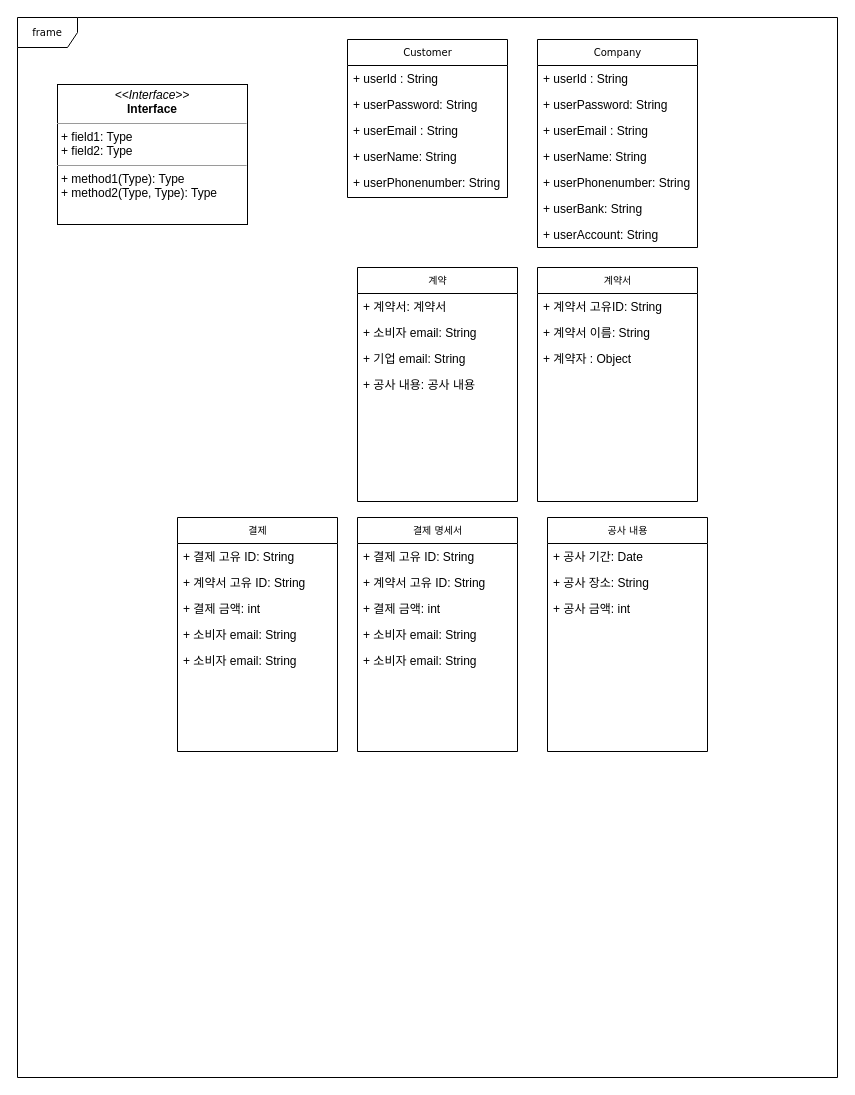
Earlier version of the draw.io diagram Untitled Diagram.drawio (SeokYoung0/spacecontract). Source tidied: cells renumbered, new cells numbered last; positions are measured from the earlier drawing's top-left corner, leaving out a move shared by most shapes. Both pictures are drawn from the tidied source at 100%, with x=0, y=0 at pixel (17, 17).
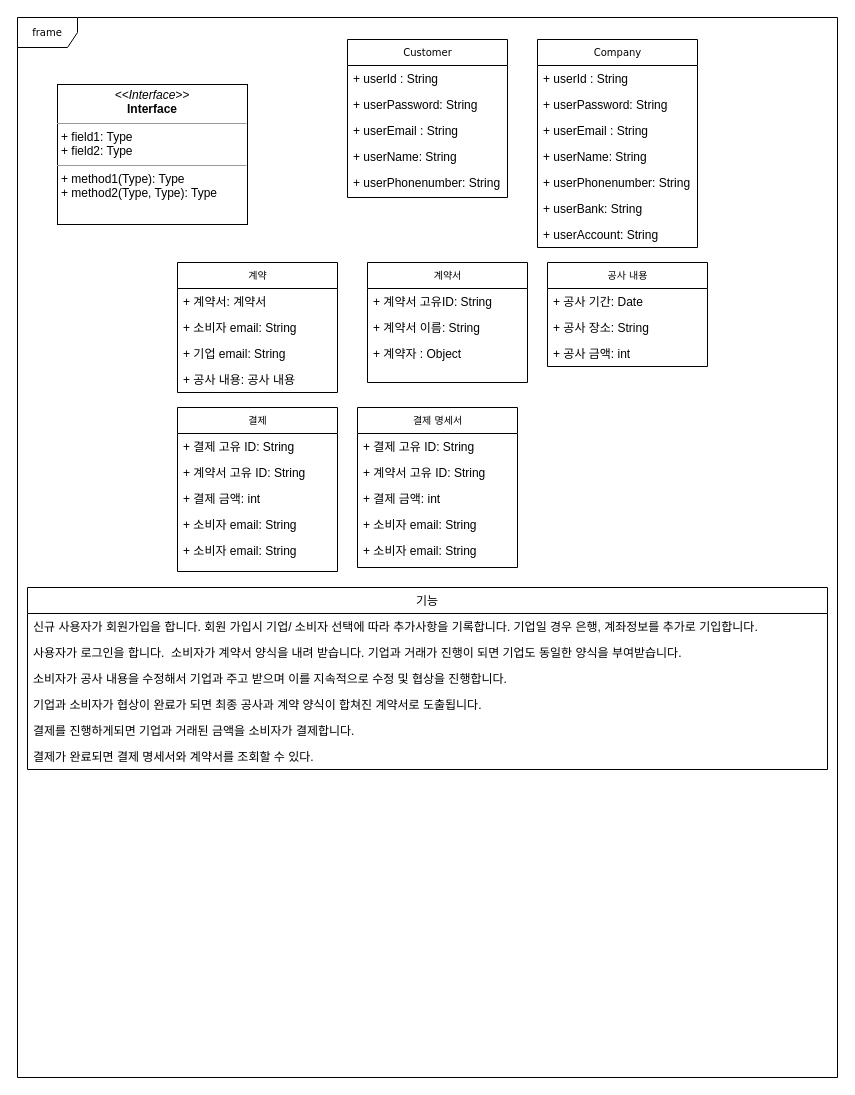
After the change.

Commit message (it also covers changes not shown here):
Space Contract Diagram.drawio

The edit, as a diff of the source:
```diff
@@
     <mxCell id="9" value="계약서" style="swimlane;html=1;fontStyle=0;horizontal=1;startSize=26;fillColor=none;swimlaneFillColor=#ffffff;rounded=0;shadow=0;comic=0;labelBackgroundColor=none;strokeWidth=1;fontFamily=Verdana;fontSize=10;align=center;" parent="1" vertex="1">
-      <mxGeometry x="520" y="250" width="160" height="234" as="geometry" />
+      <mxGeometry x="350" y="245" width="160" height="120" as="geometry" />
     </mxCell>
@@
     <mxCell id="22" value="계약" style="swimlane;html=1;fontStyle=0;horizontal=1;startSize=26;fillColor=none;swimlaneFillColor=#ffffff;rounded=0;shadow=0;comic=0;labelBackgroundColor=none;strokeWidth=1;fontFamily=Verdana;fontSize=10;align=center;" parent="1" vertex="1">
-      <mxGeometry x="340" y="250" width="160" height="234" as="geometry" />
+      <mxGeometry x="160" y="245" width="160" height="130" as="geometry" />
     </mxCell>
@@
     <mxCell id="27" value="공사 내용" style="swimlane;html=1;fontStyle=0;horizontal=1;startSize=26;fillColor=none;swimlaneFillColor=#ffffff;rounded=0;shadow=0;comic=0;labelBackgroundColor=none;strokeWidth=1;fontFamily=Verdana;fontSize=10;align=center;" parent="1" vertex="1">
-      <mxGeometry x="530" y="500" width="160" height="234" as="geometry" />
+      <mxGeometry x="530" y="245" width="160" height="104" as="geometry" />
     </mxCell>
@@
     <mxCell id="31" value="결제 명세서" style="swimlane;html=1;fontStyle=0;horizontal=1;startSize=26;fillColor=none;swimlaneFillColor=#ffffff;rounded=0;shadow=0;comic=0;labelBackgroundColor=none;strokeWidth=1;fontFamily=Verdana;fontSize=10;align=center;" parent="1" vertex="1">
-      <mxGeometry x="340" y="500" width="160" height="234" as="geometry" />
+      <mxGeometry x="340" y="390" width="160" height="160" as="geometry" />
     </mxCell>
@@
     <mxCell id="37" value="결제" style="swimlane;html=1;fontStyle=0;horizontal=1;startSize=26;fillColor=none;swimlaneFillColor=#ffffff;rounded=0;shadow=0;comic=0;labelBackgroundColor=none;strokeWidth=1;fontFamily=Verdana;fontSize=10;align=center;" parent="1" vertex="1">
-      <mxGeometry x="160" y="500" width="160" height="234" as="geometry" />
+      <mxGeometry x="160" y="390" width="160" height="164" as="geometry" />
     </mxCell>
@@
+    <mxCell id="43" value="기능" style="swimlane;fontStyle=0;horizontal=1;startSize=26;" parent="1" vertex="1">
+      <mxGeometry x="10" y="570" width="800" height="182" as="geometry" />
+    </mxCell>
+    <mxCell id="44" value="신규 사용자가 회원가입을 합니다. 회원 가입시 기업/ 소비자 선택에 따라 추가사항을 기록합니다. 기업일 경우 은행, 계좌정보를 추가로 기입합니다." style="text;strokeColor=none;fillColor=none;align=left;verticalAlign=top;spacingLeft=4;spacingRight=4;overflow=hidden;" parent="43" vertex="1">
+      <mxGeometry y="26" width="800" height="26" as="geometry" />
+    </mxCell>
+    <mxCell id="45" value="사용자가 로그인을 합니다.  소비자가 계약서 양식을 내려 받습니다. 기업과 거래가 진행이 되면 기업도 동일한 양식을 부여받습니다." style="text;strokeColor=none;fillColor=none;align=left;verticalAlign=top;spacingLeft=4;spacingRight=4;overflow=hidden;" parent="43" vertex="1">
+      <mxGeometry y="52" width="800" height="26" as="geometry" />
+    </mxCell>
+    <mxCell id="46" value="소비자가 공사 내용을 수정해서 기업과 주고 받으며 이를 지속적으로 수정 및 협상을 진행합니다." style="text;strokeColor=none;fillColor=none;align=left;verticalAlign=top;spacingLeft=4;spacingRight=4;overflow=hidden;" parent="43" vertex="1">
+      <mxGeometry y="78" width="800" height="26" as="geometry" />
+    </mxCell>
+    <mxCell id="47" value="기업과 소비자가 협상이 완료가 되면 최종 공사과 계약 양식이 합쳐진 계약서로 도출됩니다." style="text;strokeColor=none;fillColor=none;align=left;verticalAlign=top;spacingLeft=4;spacingRight=4;overflow=hidden;" parent="43" vertex="1">
+      <mxGeometry y="104" width="800" height="26" as="geometry" />
+    </mxCell>
+    <mxCell id="48" value="결제를 진행하게되면 기업과 거래된 금액을 소비자가 결제합니다." style="text;strokeColor=none;fillColor=none;align=left;verticalAlign=top;spacingLeft=4;spacingRight=4;overflow=hidden;" parent="43" vertex="1">
+      <mxGeometry y="130" width="800" height="26" as="geometry" />
+    </mxCell>
+    <mxCell id="49" value="결제가 완료되면 결제 명세서와 계약서를 조회할 수 있다." style="text;strokeColor=none;fillColor=none;align=left;verticalAlign=top;spacingLeft=4;spacingRight=4;overflow=hidden;" parent="43" vertex="1">
+      <mxGeometry y="156" width="800" height="26" as="geometry" />
+    </mxCell>
```
